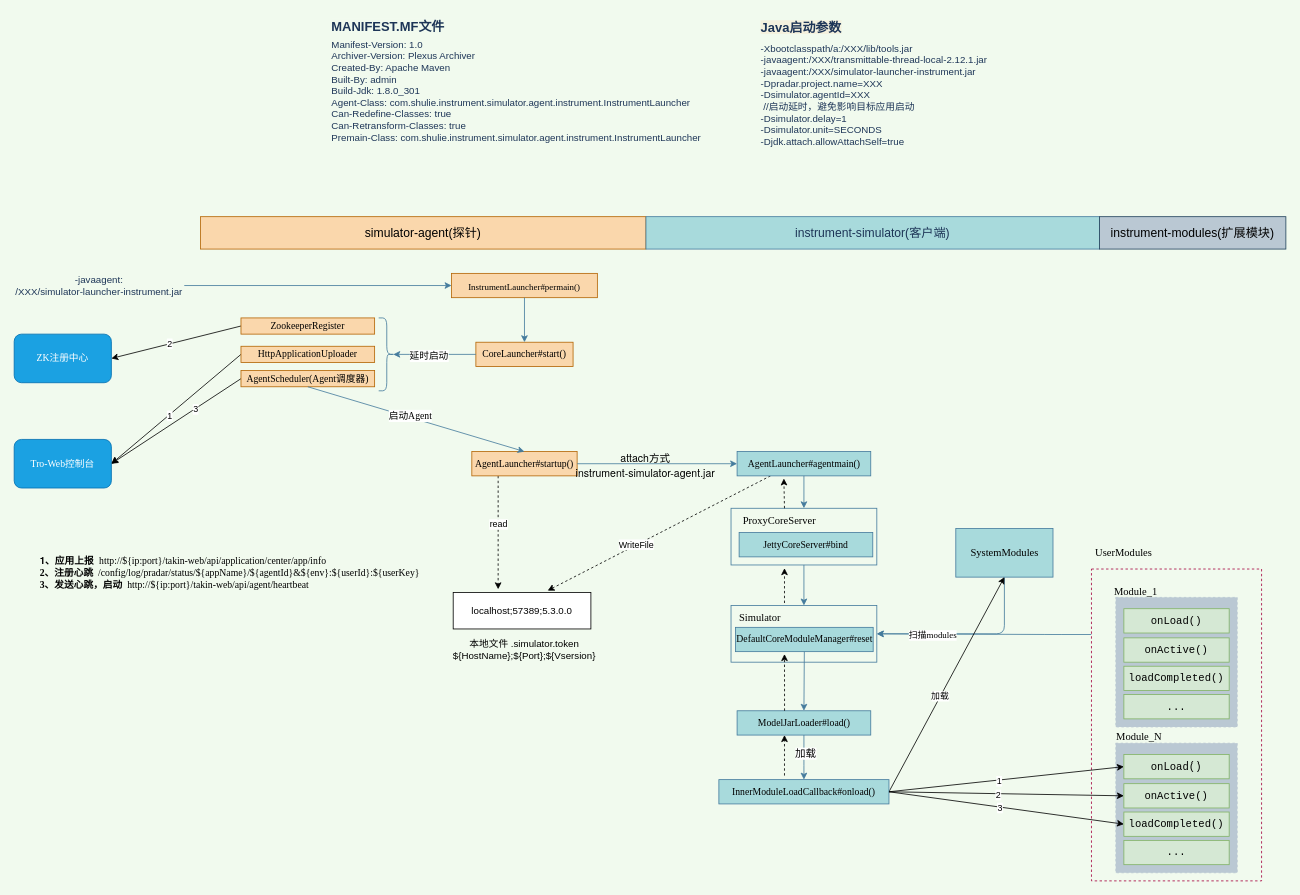
The draw.io diagram com.guann1n9.diagrams/Untitled Diagram.drawio in GuanN1ng/diagrams, before the edit. Source tidied: cells renumbered, new cells numbered last; positions are measured from the earlier drawing's top-left corner, leaving out a move shared by most shapes. Both pictures are drawn from the tidied source at 81%, with x=0, y=0 at pixel (14, 14).
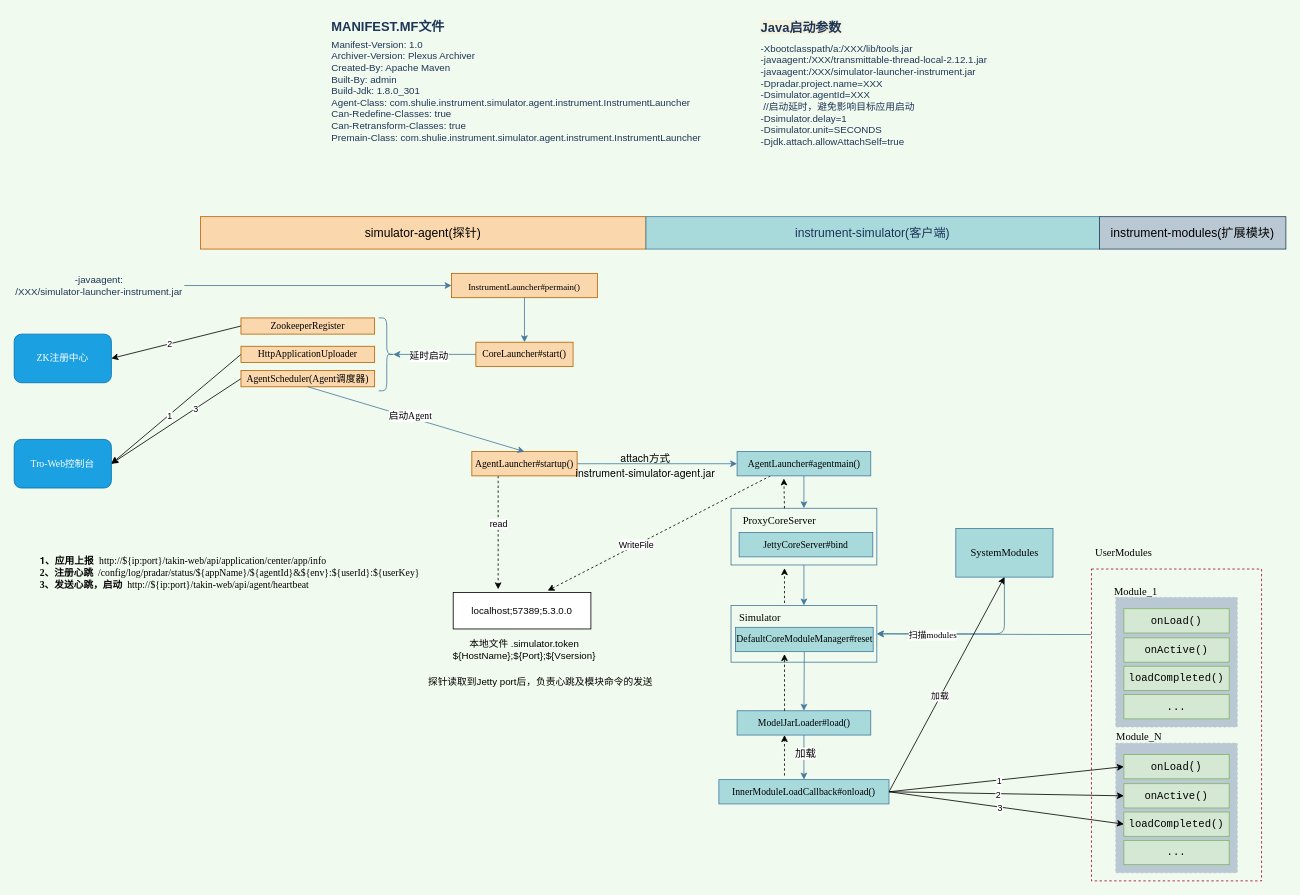
After the change.

The edit, as a diff of the source:
```diff
@@
+    <mxCell id="91" value="探针读取到Jetty port后，负责心跳及模块命令的发送" style="text;html=1;strokeColor=none;fillColor=none;align=center;verticalAlign=middle;whiteSpace=wrap;rounded=0;" parent="1" vertex="1">
+      <mxGeometry x="500" y="810" width="300" height="30" as="geometry" />
+    </mxCell>
```
